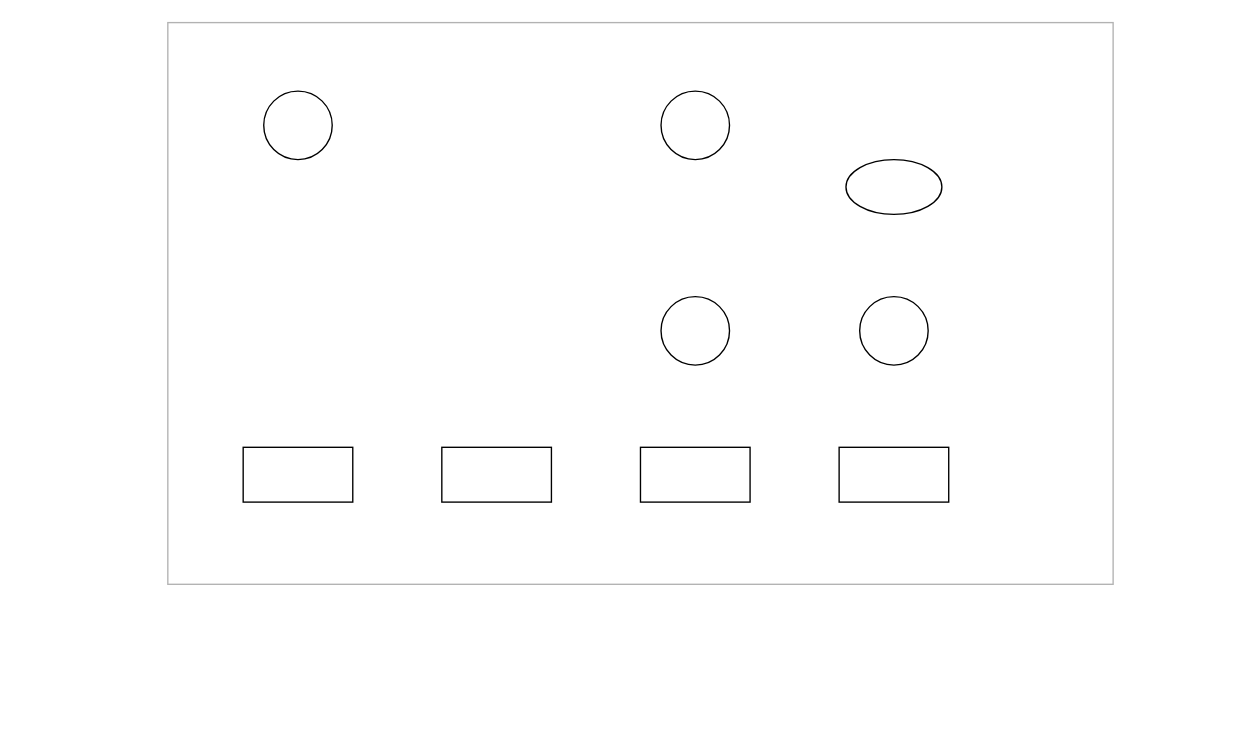
Lu-Ming-Song/C keeps this draw.io diagram as LSTM单元.drawio. Above is the earlier version. Source tidied: cells renumbered, new cells numbered last; positions are measured from the earlier drawing's top-left corner, leaving out a move shared by most shapes. Both pictures are drawn from the tidied source at 137%, with x=0, y=0 at pixel (167, 22).
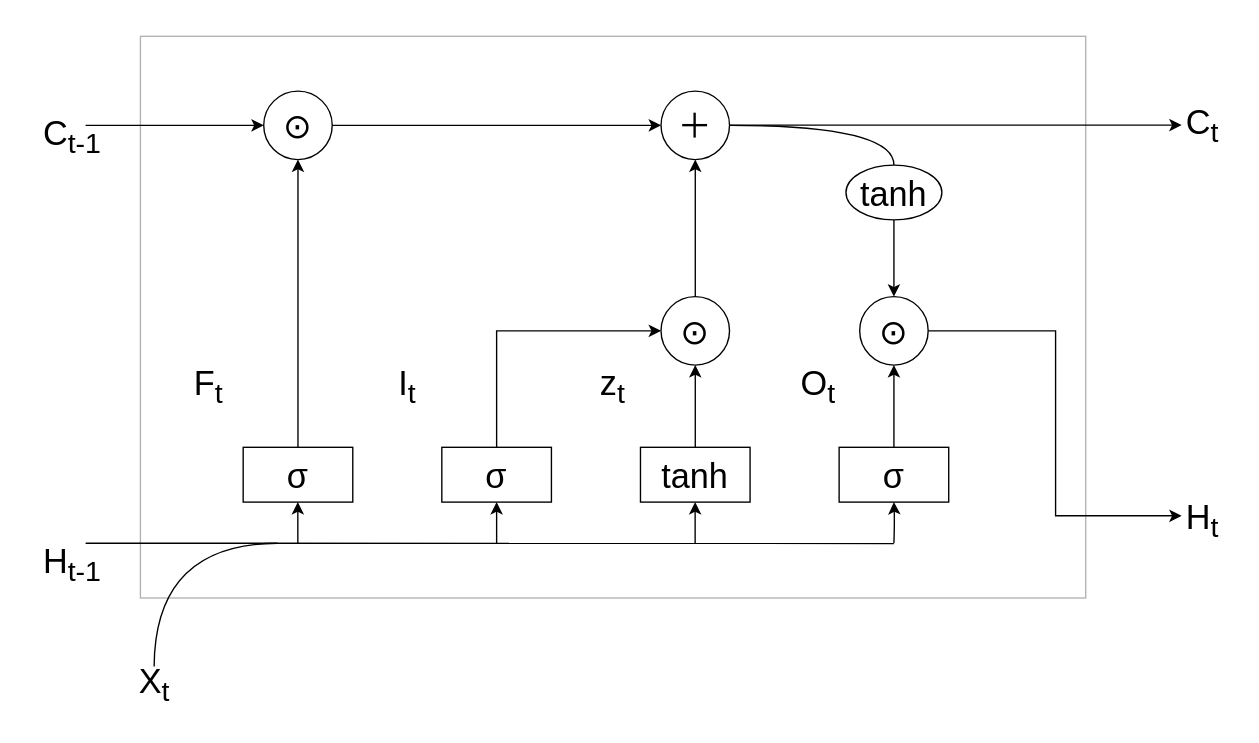
The same page after the edit.

The edit, as a diff of the source:
```diff
@@
     <mxCell id="2" style="rounded=0;whiteSpace=wrap;html=1;opacity=30;" parent="1" vertex="1">
-      <mxGeometry width="690" height="410" as="geometry" />
+      <mxGeometry x="-20" y="10" width="690" height="410" as="geometry" />
     </mxCell>
-    <mxCell id="3" style="ellipse;whiteSpace=wrap;html=1;" parent="1" vertex="1">
+    <mxCell id="3" value="&lt;font style=&quot;font-size: 25px;&quot;&gt;⊙&lt;/font&gt;" style="ellipse;whiteSpace=wrap;html=1;" parent="1" vertex="1">
       <mxGeometry x="70" y="50" width="50" height="50" as="geometry" />
     </mxCell>
-    <mxCell id="4" style="ellipse;whiteSpace=wrap;html=1;" parent="1" vertex="1">
+    <mxCell id="4" value="&lt;font style=&quot;font-size: 25px;&quot;&gt;＋&lt;/font&gt;" style="ellipse;whiteSpace=wrap;html=1;" parent="1" vertex="1">
       <mxGeometry x="360" y="50" width="50" height="50" as="geometry" />
     </mxCell>
-    <mxCell id="5" style="rounded=0;whiteSpace=wrap;html=1;" parent="1" vertex="1">
+    <mxCell id="5" value="&lt;div&gt;&lt;font style=&quot;font-size: 25px;&quot;&gt;σ&lt;/font&gt;&lt;/div&gt;" style="rounded=0;whiteSpace=wrap;html=1;" parent="1" vertex="1">
       <mxGeometry x="55" y="310" width="80" height="40" as="geometry" />
     </mxCell>
-    <mxCell id="6" style="rounded=0;whiteSpace=wrap;html=1;" parent="1" vertex="1">
+    <mxCell id="6" value="&lt;span style=&quot;font-size: 25px;&quot;&gt;σ&lt;/span&gt;" style="rounded=0;whiteSpace=wrap;html=1;" parent="1" vertex="1">
       <mxGeometry x="200" y="310" width="80" height="40" as="geometry" />
     </mxCell>
-    <mxCell id="7" style="rounded=0;whiteSpace=wrap;html=1;" parent="1" vertex="1">
+    <mxCell id="7" value="&lt;font style=&quot;font-size: 25px;&quot;&gt;tanh&lt;/font&gt;" style="rounded=0;whiteSpace=wrap;html=1;" parent="1" vertex="1">
       <mxGeometry x="345" y="310" width="80" height="40" as="geometry" />
     </mxCell>
-    <mxCell id="8" style="rounded=0;whiteSpace=wrap;html=1;" parent="1" vertex="1">
+    <mxCell id="8" value="&lt;span style=&quot;font-size: 25px;&quot;&gt;σ&lt;/span&gt;" style="rounded=0;whiteSpace=wrap;html=1;" parent="1" vertex="1">
       <mxGeometry x="490" y="310" width="80" height="40" as="geometry" />
     </mxCell>
-    <mxCell id="9" style="ellipse;whiteSpace=wrap;html=1;" parent="1" vertex="1">
+    <mxCell id="9" value="&lt;span style=&quot;font-size: 25px;&quot;&gt;⊙&lt;/span&gt;" style="ellipse;whiteSpace=wrap;html=1;" parent="1" vertex="1">
       <mxGeometry x="360" y="200" width="50" height="50" as="geometry" />
     </mxCell>
-    <mxCell id="10" style="ellipse;whiteSpace=wrap;html=1;" parent="1" vertex="1">
+    <mxCell id="10" value="&lt;span style=&quot;font-size: 25px;&quot;&gt;⊙&lt;/span&gt;" style="ellipse;whiteSpace=wrap;html=1;" parent="1" vertex="1">
       <mxGeometry x="505" y="200" width="50" height="50" as="geometry" />
     </mxCell>
-    <mxCell id="11" style="ellipse;whiteSpace=wrap;html=1;" parent="1" vertex="1">
-      <mxGeometry x="495" y="100" width="70" height="40" as="geometry" />
+    <mxCell id="11" value="&lt;font style=&quot;font-size: 25px;&quot;&gt;tanh&lt;/font&gt;" style="ellipse;whiteSpace=wrap;html=1;" parent="1" vertex="1">
+      <mxGeometry x="495" y="104" width="70" height="40" as="geometry" />
     </mxCell>
+    <mxCell id="12" style="endArrow=classic;html=1;rounded=0;entryX=0.5;entryY=1;entryDx=0;entryDy=0;exitX=0.5;exitY=0;exitDx=0;exitDy=0;" parent="1" edge="1" source="9" target="4">
+      <mxGeometry relative="1" as="geometry" />
+    </mxCell>
+    <mxCell id="13" style="endArrow=classic;html=1;rounded=0;entryX=0.5;entryY=1;entryDx=0;entryDy=0;exitX=0.5;exitY=0;exitDx=0;exitDy=0;" parent="1" edge="1" source="7" target="9">
+      <mxGeometry relative="1" as="geometry" />
+    </mxCell>
+    <mxCell id="14" style="endArrow=classic;html=1;rounded=0;entryX=0.5;entryY=1;entryDx=0;entryDy=0;exitX=0.5;exitY=0;exitDx=0;exitDy=0;" parent="1" edge="1" source="5" target="3">
+      <mxGeometry relative="1" as="geometry" />
+    </mxCell>
+    <mxCell id="15" style="endArrow=classic;html=1;rounded=0;exitX=1;exitY=0.5;exitDx=0;exitDy=0;entryX=0;entryY=0.5;entryDx=0;entryDy=0;" parent="1" edge="1" source="3" target="4">
+      <mxGeometry relative="1" as="geometry" />
+    </mxCell>
+    <mxCell id="16" style="endArrow=classic;html=1;rounded=0;exitX=1;exitY=0.5;exitDx=0;exitDy=0;" parent="1" edge="1">
+      <mxGeometry relative="1" as="geometry">
+        <mxPoint x="410" y="74.8" as="sourcePoint" />
+        <mxPoint x="740" y="74.8" as="targetPoint" />
+      </mxGeometry>
+    </mxCell>
+    <mxCell id="17" style="endArrow=classic;html=1;rounded=0;entryX=0;entryY=0.5;entryDx=0;entryDy=0;" parent="1" edge="1" target="3">
+      <mxGeometry relative="1" as="geometry">
+        <mxPoint x="-60" y="75" as="sourcePoint" />
+      </mxGeometry>
+    </mxCell>
+    <mxCell id="18" style="endArrow=none;html=1;rounded=0;edgeStyle=orthogonalEdgeStyle;curved=1;entryX=0.5;entryY=0;entryDx=0;entryDy=0;exitX=1;exitY=0.5;exitDx=0;exitDy=0;" parent="1" edge="1" source="4" target="11">
+      <mxGeometry relative="1" as="geometry" />
+    </mxCell>
+    <mxCell id="19" style="endArrow=classic;html=1;rounded=0;edgeStyle=orthogonalEdgeStyle;exitX=0.5;exitY=0;exitDx=0;exitDy=0;entryX=0;entryY=0.5;entryDx=0;entryDy=0;elbow=vertical;" parent="1" edge="1" source="6" target="9">
+      <mxGeometry relative="1" as="geometry" />
+    </mxCell>
+    <mxCell id="20" style="endArrow=classic;html=1;rounded=0;curved=1;exitX=0.5;exitY=1;exitDx=0;exitDy=0;entryX=0.5;entryY=0;entryDx=0;entryDy=0;" parent="1" edge="1" source="11" target="10">
+      <mxGeometry relative="1" as="geometry" />
+    </mxCell>
+    <mxCell id="21" style="endArrow=classic;html=1;rounded=0;entryX=0.5;entryY=1;entryDx=0;entryDy=0;exitX=0.5;exitY=0;exitDx=0;exitDy=0;" parent="1" edge="1" source="8" target="10">
+      <mxGeometry relative="1" as="geometry" />
+    </mxCell>
+    <mxCell id="22" style="endArrow=none;html=1;rounded=0;curved=1;entryX=0.797;entryY=0.976;entryDx=0;entryDy=0;entryPerimeter=0;" parent="1" edge="1">
+      <mxGeometry relative="1" as="geometry">
+        <mxPoint x="-60" y="380" as="sourcePoint" />
+        <mxPoint x="529.9" y="380.2" as="targetPoint" />
+      </mxGeometry>
+    </mxCell>
+    <mxCell id="23" style="endArrow=classic;html=1;rounded=0;curved=1;entryX=0.5;entryY=1;entryDx=0;entryDy=0;edgeStyle=orthogonalEdgeStyle;" parent="1" edge="1" target="8">
+      <mxGeometry relative="1" as="geometry">
+        <mxPoint x="530" y="380" as="sourcePoint" />
+      </mxGeometry>
+    </mxCell>
+    <mxCell id="24" style="endArrow=classic;html=1;rounded=0;entryX=0.5;entryY=1;entryDx=0;entryDy=0;" parent="1" edge="1">
+      <mxGeometry relative="1" as="geometry">
+        <mxPoint x="384.9" y="380" as="sourcePoint" />
+        <mxPoint x="384.9" y="350" as="targetPoint" />
+      </mxGeometry>
+    </mxCell>
+    <mxCell id="25" style="endArrow=classic;html=1;rounded=0;entryX=0.5;entryY=1;entryDx=0;entryDy=0;" parent="1" edge="1">
+      <mxGeometry relative="1" as="geometry">
+        <mxPoint x="240" y="380" as="sourcePoint" />
+        <mxPoint x="240" y="350" as="targetPoint" />
+      </mxGeometry>
+    </mxCell>
+    <mxCell id="26" style="endArrow=classic;html=1;rounded=0;entryX=0.5;entryY=1;entryDx=0;entryDy=0;" parent="1" edge="1">
+      <mxGeometry relative="1" as="geometry">
+        <mxPoint x="94.9" y="380" as="sourcePoint" />
+        <mxPoint x="94.9" y="350" as="targetPoint" />
+      </mxGeometry>
+    </mxCell>
+    <mxCell id="27" style="endArrow=classic;html=1;rounded=0;exitX=1;exitY=0.5;exitDx=0;exitDy=0;edgeStyle=elbowEdgeStyle;" parent="1" edge="1" source="10">
+      <mxGeometry relative="1" as="geometry">
+        <mxPoint x="740" y="360" as="targetPoint" />
+      </mxGeometry>
+    </mxCell>
+    <mxCell id="28" style="endArrow=none;html=1;rounded=0;edgeStyle=orthogonalEdgeStyle;exitX=1;exitY=0.5;exitDx=0;exitDy=0;curved=1;" parent="1" edge="1">
+      <mxGeometry relative="1" as="geometry">
+        <mxPoint x="80" y="380" as="sourcePoint" />
+        <mxPoint x="-10" y="470" as="targetPoint" />
+      </mxGeometry>
+    </mxCell>
+    <mxCell id="29" value="&lt;font style=&quot;font-size: 25px;&quot;&gt;X&lt;sub&gt;t&lt;/sub&gt;&lt;/font&gt;" style="text;html=1;align=center;verticalAlign=middle;strokeColor=none;fillColor=none;" parent="1" vertex="1">
+      <mxGeometry x="-35" y="458" width="50" height="50" as="geometry" />
+    </mxCell>
+    <mxCell id="30" value="&lt;font style=&quot;font-size: 25px;&quot;&gt;H&lt;sub&gt;t-1&lt;/sub&gt;&lt;/font&gt;" style="text;html=1;align=center;verticalAlign=middle;strokeColor=none;fillColor=none;" parent="1" vertex="1">
+      <mxGeometry x="-105" y="370" width="70" height="50" as="geometry" />
+    </mxCell>
+    <mxCell id="31" value="&lt;font style=&quot;font-size: 25px;&quot;&gt;C&lt;sub&gt;t-1&lt;/sub&gt;&lt;/font&gt;" style="text;html=1;align=center;verticalAlign=middle;strokeColor=none;fillColor=none;" parent="1" vertex="1">
+      <mxGeometry x="-105" y="58" width="70" height="50" as="geometry" />
+    </mxCell>
+    <mxCell id="32" value="&lt;font style=&quot;font-size: 25px;&quot;&gt;F&lt;sub&gt;t&lt;/sub&gt;&lt;/font&gt;" style="text;html=1;align=center;verticalAlign=middle;whiteSpace=wrap;rounded=0;" parent="1" vertex="1">
+      <mxGeometry y="250" width="60" height="30" as="geometry" />
+    </mxCell>
+    <mxCell id="33" value="&lt;font style=&quot;font-size: 25px;&quot;&gt;I&lt;sub&gt;t&lt;/sub&gt;&lt;/font&gt;" style="text;html=1;align=center;verticalAlign=middle;whiteSpace=wrap;rounded=0;" parent="1" vertex="1">
+      <mxGeometry x="130" y="250" width="90" height="30" as="geometry" />
+    </mxCell>
+    <mxCell id="34" value="&lt;span style=&quot;font-size: 25px;&quot;&gt;z&lt;sub style=&quot;&quot;&gt;t&lt;/sub&gt;&lt;/span&gt;" style="text;html=1;align=center;verticalAlign=middle;whiteSpace=wrap;rounded=0;" parent="1" vertex="1">
+      <mxGeometry x="280" y="250" width="90" height="30" as="geometry" />
+    </mxCell>
+    <mxCell id="35" value="&lt;font style=&quot;font-size: 25px;&quot;&gt;C&lt;sub&gt;t&lt;/sub&gt;&lt;/font&gt;" style="text;html=1;align=center;verticalAlign=middle;strokeColor=none;fillColor=none;" parent="1" vertex="1">
+      <mxGeometry x="730" y="50" width="50" height="50" as="geometry" />
+    </mxCell>
+    <mxCell id="36" value="&lt;font style=&quot;font-size: 25px;&quot;&gt;H&lt;sub&gt;t&lt;/sub&gt;&lt;/font&gt;" style="text;html=1;align=center;verticalAlign=middle;strokeColor=none;fillColor=none;" parent="1" vertex="1">
+      <mxGeometry x="730" y="338" width="50" height="50" as="geometry" />
+    </mxCell>
+    <mxCell id="37" value="&lt;span style=&quot;font-size: 25px;&quot;&gt;O&lt;sub&gt;t&lt;/sub&gt;&lt;/span&gt;" style="text;html=1;align=center;verticalAlign=middle;whiteSpace=wrap;rounded=0;" parent="1" vertex="1">
+      <mxGeometry x="430" y="250" width="90" height="30" as="geometry" />
+    </mxCell>
```
